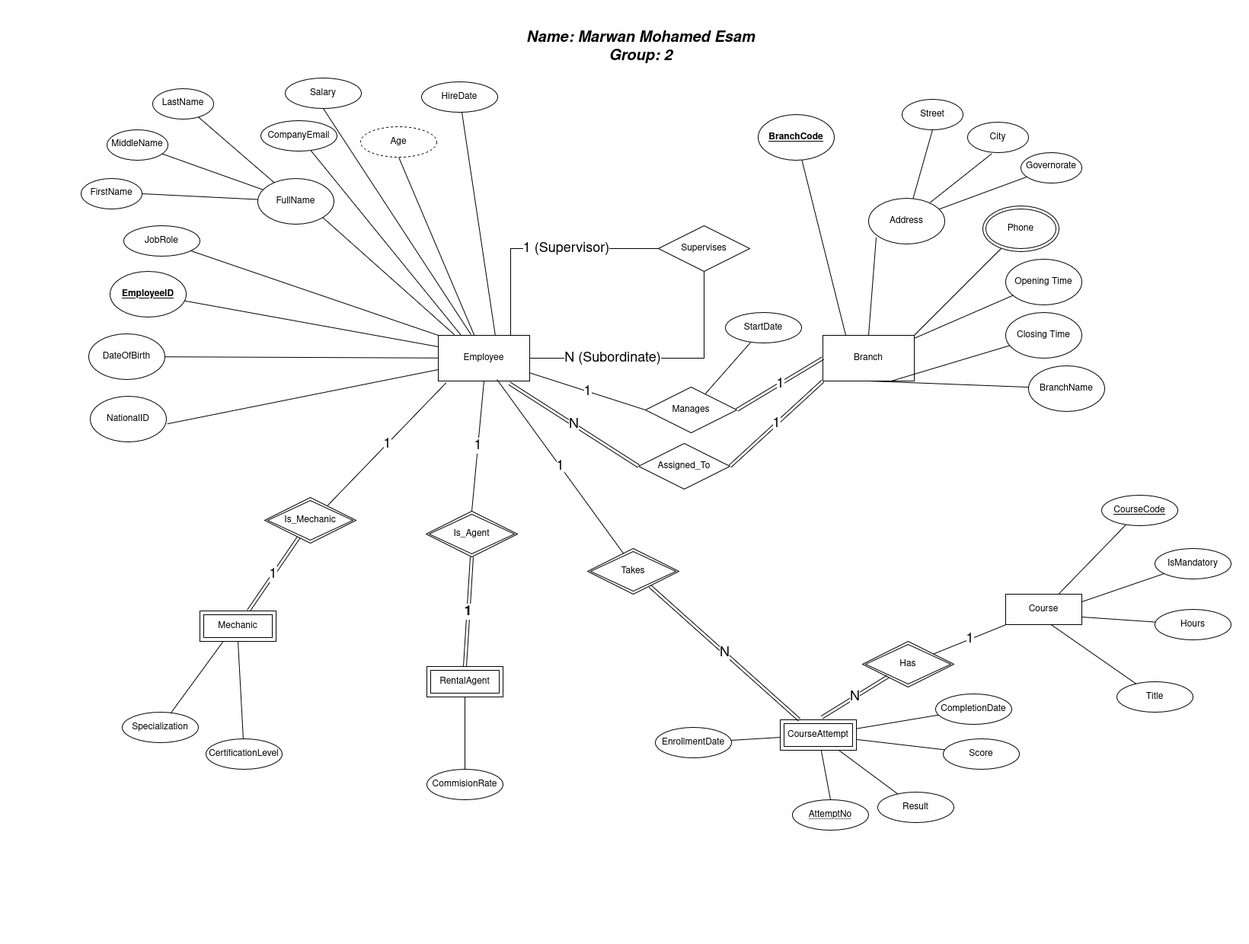
Above: exports/1-ERD-1-Staff.png in marwan-esam/marwan-esam-Database-Assignment-1 (draw.io), before the change. Source tidied: cells renumbered, new cells last; positions are measured from the earlier drawing's top-left corner, leaving out a move shared by most shapes.
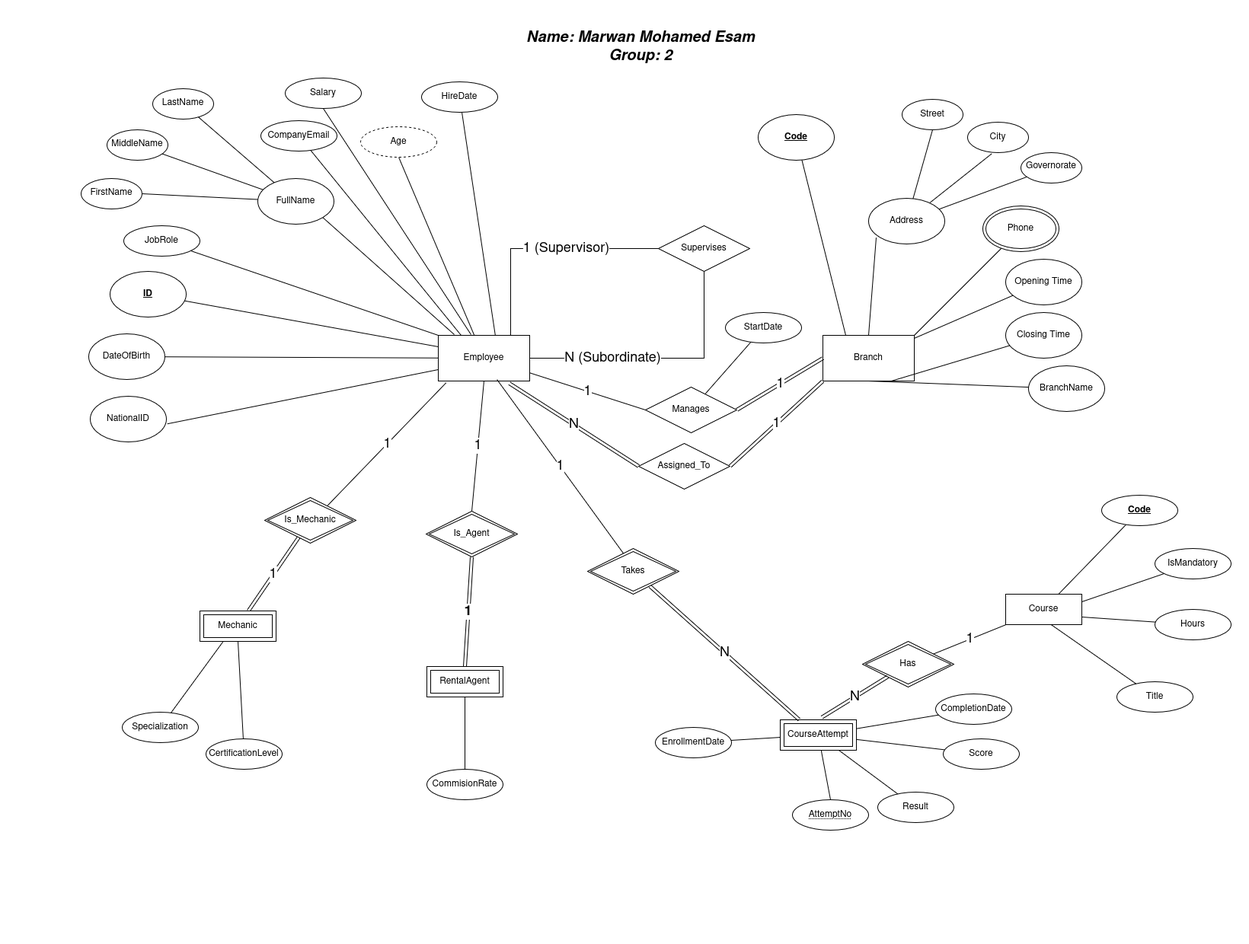
After the change.

Commit message:
erd: update staff ERD image

Change to the diagram source:
```diff
@@ -14,7 +14,7 @@
     <mxCell id="5" value="Branch" style="rounded=0;whiteSpace=wrap;html=1;labelBackgroundColor=none;" parent="1" vertex="1">
       <mxGeometry x="974" y="395" width="120" height="60" as="geometry" />
     </mxCell>
-    <mxCell id="6" value="&lt;u&gt;&lt;b&gt;BranchCode&lt;/b&gt;&lt;/u&gt;" style="ellipse;whiteSpace=wrap;html=1;shapeInside=1;labelBackgroundColor=none;" parent="1" vertex="1">
+    <mxCell id="6" value="Code" style="ellipse;whiteSpace=wrap;html=1;shapeInside=1;labelBackgroundColor=none;fontStyle=5;" parent="1" vertex="1">
       <mxGeometry x="889" y="105" width="100" height="60" as="geometry" />
     </mxCell>
     <mxCell id="7" value="&lt;span&gt;BranchName&lt;/span&gt;" style="ellipse;whiteSpace=wrap;html=1;shapeInside=1;fontStyle=0;labelBackgroundColor=none;" parent="1" vertex="1">
@@ -87,7 +87,7 @@
     <mxCell id="28" value="Employee" style="rounded=0;whiteSpace=wrap;html=1;labelBackgroundColor=none;" parent="1" vertex="1">
       <mxGeometry x="469" y="395" width="120" height="60" as="geometry" />
     </mxCell>
-    <mxCell id="29" value="&lt;u&gt;&lt;b&gt;EmployeeID&lt;/b&gt;&lt;/u&gt;" style="ellipse;whiteSpace=wrap;html=1;shapeInside=1;labelBackgroundColor=none;" parent="1" vertex="1">
+    <mxCell id="29" value="ID" style="ellipse;whiteSpace=wrap;html=1;shapeInside=1;labelBackgroundColor=none;fontStyle=5;" parent="1" vertex="1">
       <mxGeometry x="38" y="311" width="100" height="60" as="geometry" />
     </mxCell>
     <mxCell id="30" value="NationalID" style="ellipse;whiteSpace=wrap;html=1;shapeInside=1;fontStyle=0;labelBackgroundColor=none;" parent="1" vertex="1">
@@ -165,7 +165,7 @@
     <mxCell id="54" style="rounded=0;jettySize=auto;html=1;defaultLabelBackgroundColor=page;endArrow=none;endFill=0;fontColor=default;" parent="1" edge="1" source="55" target="53">
       <mxGeometry relative="1" as="geometry" />
     </mxCell>
-    <mxCell id="55" value="CourseCode" style="ellipse;whiteSpace=wrap;html=1;align=center;fontStyle=4;labelBackgroundColor=none;" parent="1" vertex="1">
+    <mxCell id="55" value="Code" style="ellipse;whiteSpace=wrap;html=1;align=center;fontStyle=5;labelBackgroundColor=none;" parent="1" vertex="1">
       <mxGeometry x="1340" y="605" width="100" height="40" as="geometry" />
     </mxCell>
     <mxCell id="56" value="Title" style="ellipse;whiteSpace=wrap;html=1;align=center;labelBackgroundColor=none;" parent="1" vertex="1">
```
